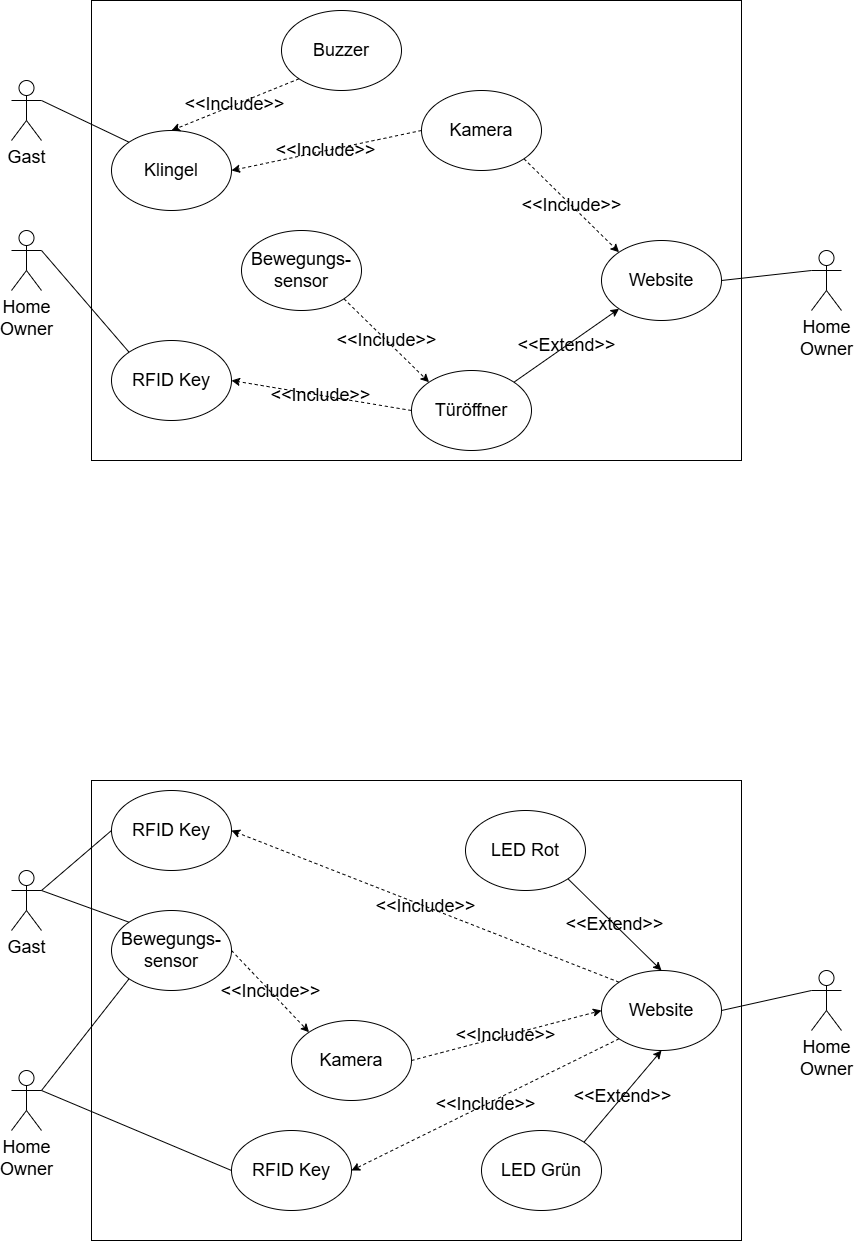
Earlier version of the draw.io export diagrams/UseCase Diagramm.drawio.png (JustJ4Y/PI-SPACE-H-SECURITY). Source tidied: cells renumbered, new cells last; positions are measured from the earlier drawing's top-left corner, leaving out a move shared by most shapes.
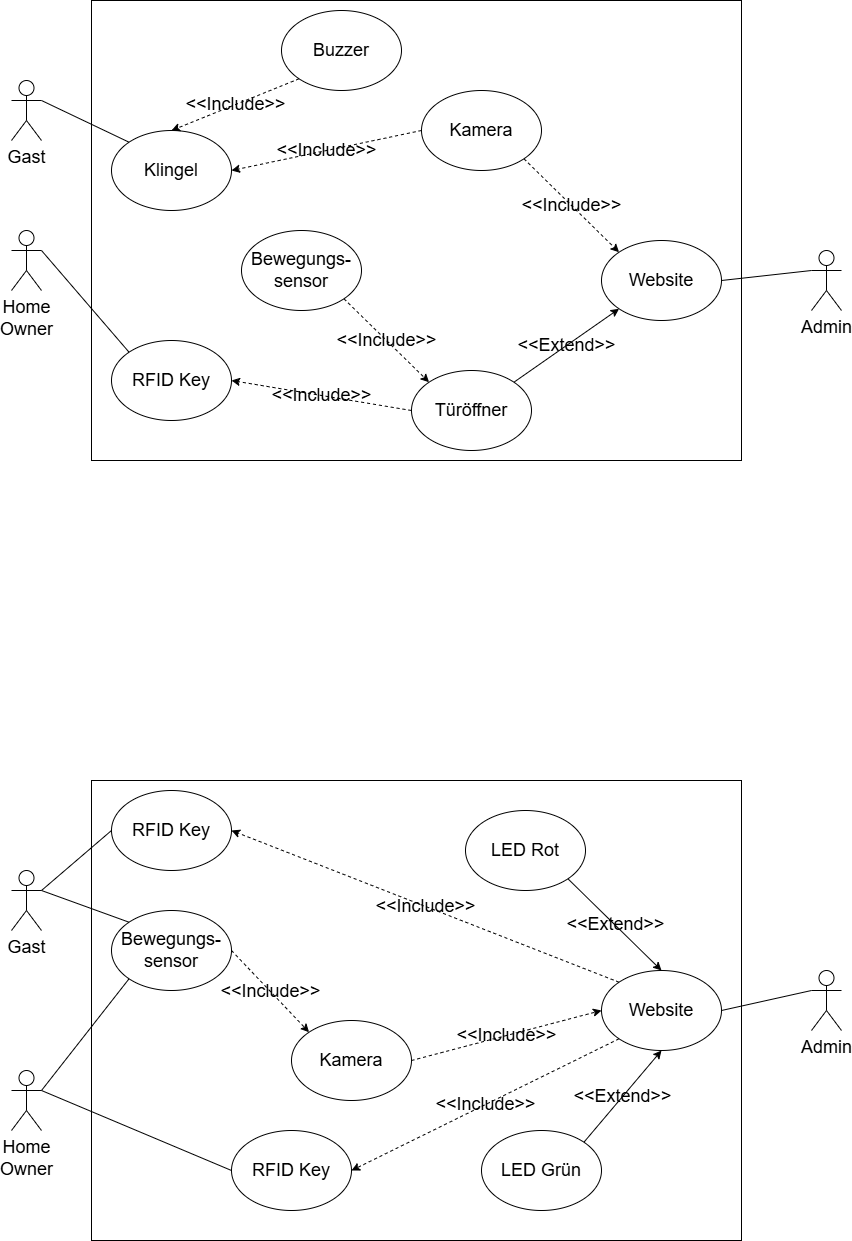
Later version of the same file.

Change to the diagram source:
```diff
@@ -29,7 +29,7 @@
     <mxCell id="10" style="endArrow=none;html=1;rounded=0;exitX=1;exitY=0.3333333333333333;exitDx=0;exitDy=0;exitPerimeter=0;entryX=0;entryY=0;entryDx=0;entryDy=0;" parent="1" edge="1" source="4" target="5">
       <mxGeometry relative="1" as="geometry" />
     </mxCell>
-    <mxCell id="11" value="&lt;font style=&quot;font-size: 18px;&quot;&gt;Home&lt;/font&gt;&lt;div&gt;&lt;font style=&quot;font-size: 18px;&quot;&gt;Owner&lt;/font&gt;&lt;/div&gt;" style="shape=umlActor;verticalLabelPosition=bottom;verticalAlign=top;html=1;outlineConnect=0;fillColor=none;" parent="1" vertex="1">
+    <mxCell id="11" value="&lt;span style=&quot;font-size: 18px;&quot;&gt;Admin&lt;/span&gt;" style="shape=umlActor;verticalLabelPosition=bottom;verticalAlign=top;html=1;outlineConnect=0;fillColor=none;" parent="1" vertex="1">
       <mxGeometry x="800" y="250" width="30" height="60" as="geometry" />
     </mxCell>
     <mxCell id="12" value="&lt;font style=&quot;font-size: 18px;&quot;&gt;Website&lt;/font&gt;" style="ellipse;whiteSpace=wrap;html=1;fillColor=none;" parent="1" vertex="1">
@@ -77,7 +77,7 @@
     <mxCell id="26" style="endArrow=none;html=1;rounded=0;exitX=1;exitY=0.3333333333333333;exitDx=0;exitDy=0;exitPerimeter=0;entryX=0;entryY=0.5;entryDx=0;entryDy=0;" parent="1" edge="1" source="23" target="24">
       <mxGeometry relative="1" as="geometry" />
     </mxCell>
-    <mxCell id="27" value="&lt;font style=&quot;font-size: 18px;&quot;&gt;Home&lt;/font&gt;&lt;div&gt;&lt;font style=&quot;font-size: 18px;&quot;&gt;Owner&lt;/font&gt;&lt;/div&gt;" style="shape=umlActor;verticalLabelPosition=bottom;verticalAlign=top;html=1;outlineConnect=0;fillColor=none;" parent="1" vertex="1">
+    <mxCell id="27" value="&lt;span style=&quot;font-size: 18px;&quot;&gt;Admin&lt;/span&gt;" style="shape=umlActor;verticalLabelPosition=bottom;verticalAlign=top;html=1;outlineConnect=0;fillColor=none;" parent="1" vertex="1">
       <mxGeometry x="800" y="970" width="30" height="60" as="geometry" />
     </mxCell>
     <mxCell id="28" value="&lt;font style=&quot;font-size: 18px;&quot;&gt;Website&lt;/font&gt;" style="ellipse;whiteSpace=wrap;html=1;fillColor=none;" parent="1" vertex="1">
```
